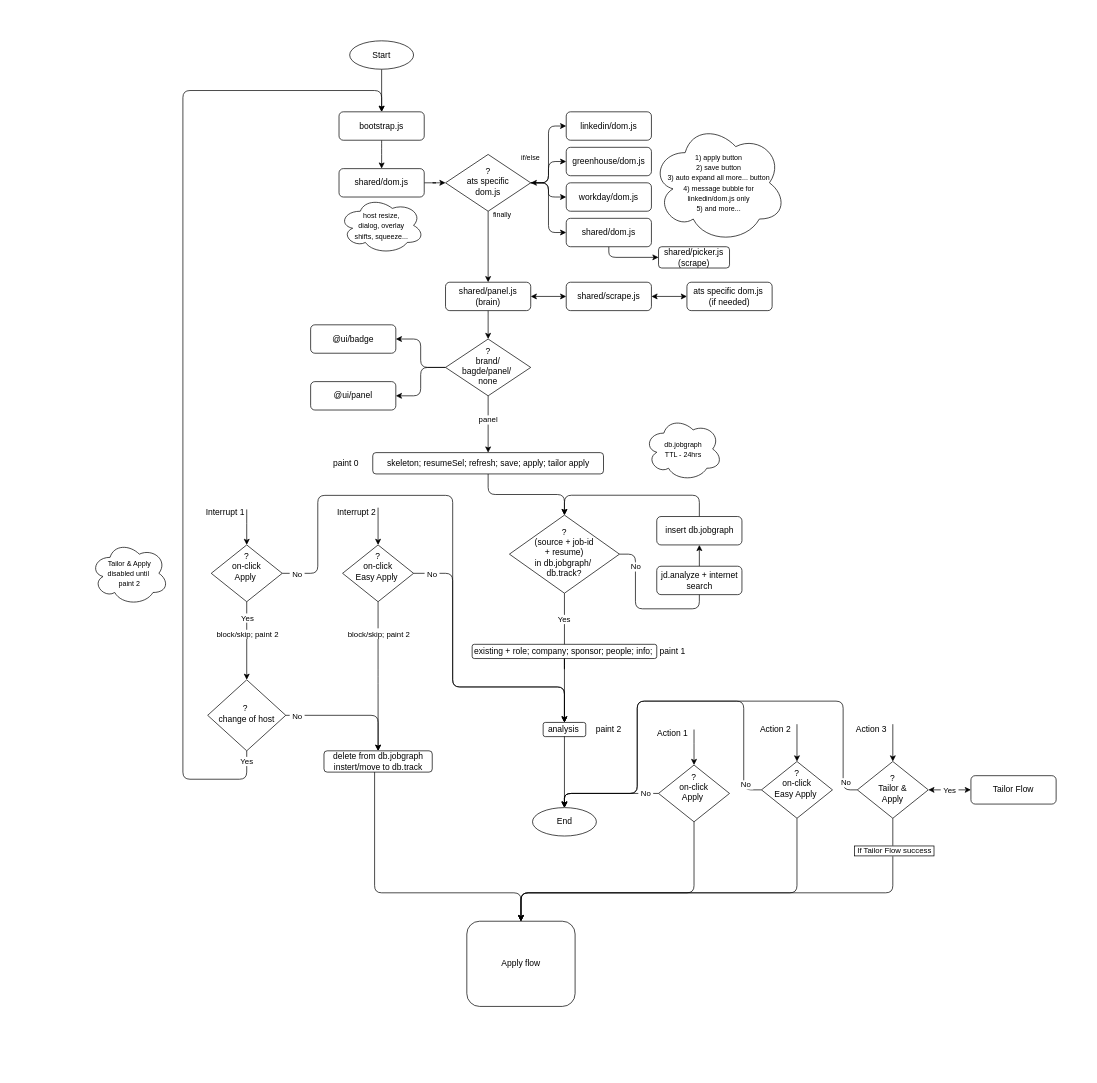
This is docs/Analyze flow.drawio from agrawalabr/jobSimp, a draw.io file, before an edit. Source tidied: cells renumbered, new cells numbered last; positions are measured from the earlier drawing's top-left corner, leaving out a move shared by most shapes. Both pictures are drawn from the tidied source at 71%, with x=0, y=0 at pixel (90, 40).
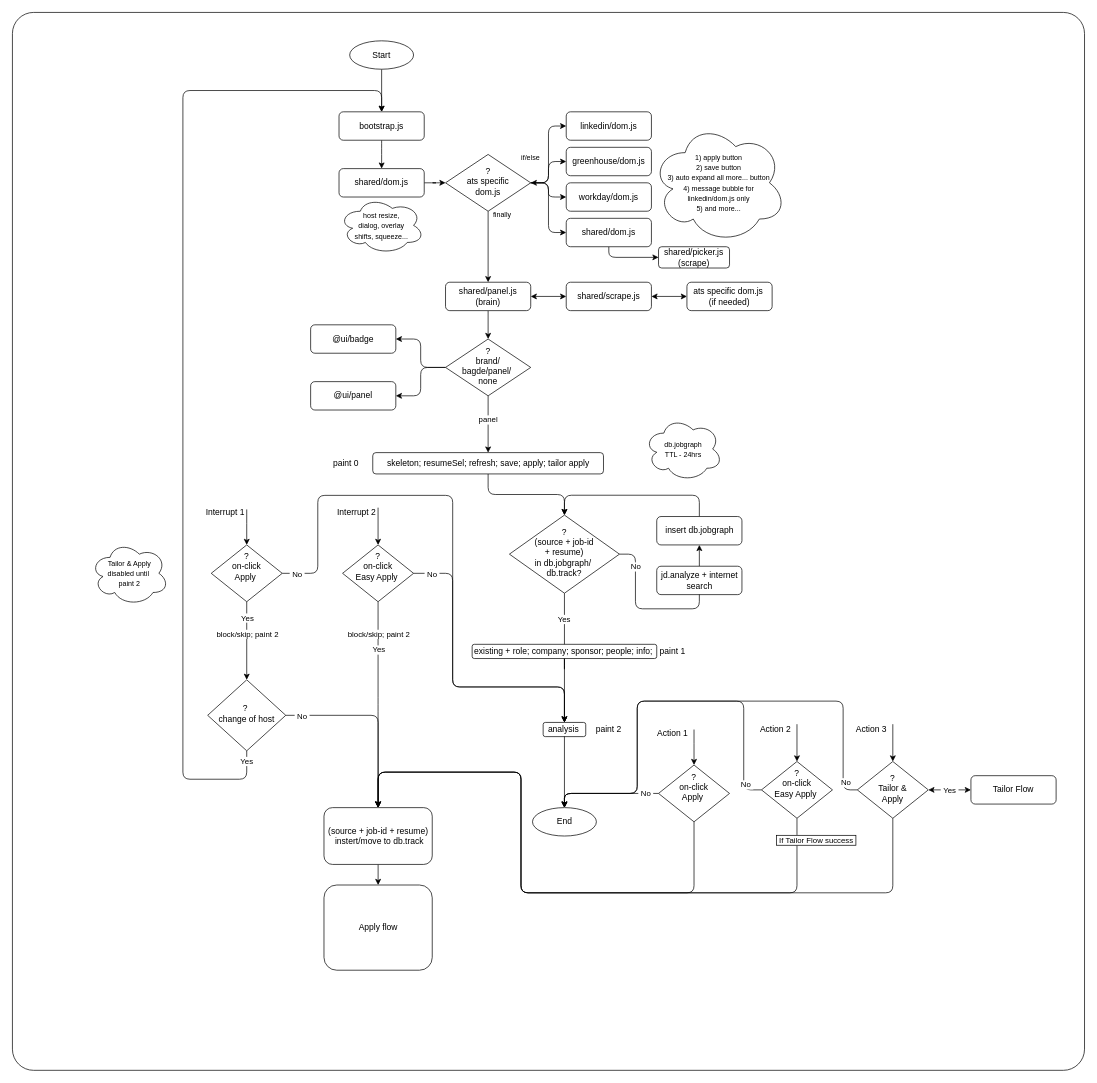
After the change.

Unchanged cells that the change refers to:
```xml
<mxCell id="75" value="?&amp;nbsp;&lt;div&gt;change of host&lt;/div&gt;" style="rhombus;whiteSpace=wrap;html=1;shadow=0;fontFamily=Helvetica;fontSize=12;align=center;strokeWidth=1;spacing=6;spacingTop=-4;" parent="1" vertex="1">
  <mxGeometry x="165" y="900" width="110" height="100" as="geometry" />
</mxCell>
<mxCell id="82" value="?&lt;br&gt;on-click&lt;br&gt;Apply&amp;nbsp;&lt;br&gt;&lt;div&gt;&lt;br&gt;&lt;/div&gt;" style="rhombus;whiteSpace=wrap;html=1;shadow=0;fontFamily=Helvetica;fontSize=12;align=center;strokeWidth=1;spacing=6;spacingTop=-4;" parent="1" vertex="1">
  <mxGeometry x="800" y="1020" width="100" height="80" as="geometry" />
</mxCell>
<mxCell id="87" value="?&lt;br&gt;on-click&lt;br&gt;Easy Apply&amp;nbsp;&lt;br&gt;&lt;div&gt;&lt;br&gt;&lt;/div&gt;" style="rhombus;whiteSpace=wrap;html=1;shadow=0;fontFamily=Helvetica;fontSize=12;align=center;strokeWidth=1;spacing=6;spacingTop=-4;" parent="1" vertex="1">
  <mxGeometry x="945" y="1015" width="100" height="80" as="geometry" />
</mxCell>
<mxCell id="96" value="&lt;div&gt;?&lt;br&gt;Tailor &amp;amp;&lt;br&gt;Apply&lt;/div&gt;" style="rhombus;whiteSpace=wrap;html=1;shadow=0;fontFamily=Helvetica;fontSize=12;align=center;strokeWidth=1;spacing=6;spacingTop=-4;" parent="1" vertex="1">
  <mxGeometry x="1080" y="1015" width="100" height="80" as="geometry" />
</mxCell>
```

Diff of the diagram source:
```diff
@@
+    <mxCell id="104" style="rounded=1;whiteSpace=wrap;html=1;arcSize=2;" parent="1" vertex="1">
+      <mxGeometry x="-110" y="-40" width="1510" height="1490" as="geometry" />
+    </mxCell>
@@
-    <mxCell id="71" style="edgeStyle=orthogonalEdgeStyle;rounded=1;jettySize=auto;html=1;entryX=0.5;entryY=0;entryDx=0;entryDy=0;curved=0;" parent="1" edge="1" source="72" target="77">
-      <mxGeometry relative="1" as="geometry">
-        <Array as="points">
-          <mxPoint x="400.1" y="1200" />
-          <mxPoint x="606.3" y="1200" />
-        </Array>
-      </mxGeometry>
+    <mxCell id="71" style="edgeStyle=orthogonalEdgeStyle;rounded=0;jettySize=auto;html=1;exitX=0.5;exitY=1;exitDx=0;exitDy=0;entryX=0.5;entryY=0;entryDx=0;entryDy=0;" parent="1" edge="1" source="72" target="77">
+      <mxGeometry relative="1" as="geometry" />
     </mxCell>
-    <mxCell id="72" value="delete from db.jobgraph&lt;br&gt;instert/move to db.track" style="rounded=1;whiteSpace=wrap;html=1;fontSize=12;glass=0;strokeWidth=1;shadow=0;" parent="1" vertex="1">
-      <mxGeometry x="328.8" y="1000" width="152.5" height="30" as="geometry" />
+    <mxCell id="72" value="(source + job-id + resume)&lt;br&gt;&amp;nbsp;instert/move to db.track" style="rounded=1;whiteSpace=wrap;html=1;fontSize=12;glass=0;strokeWidth=1;shadow=0;" parent="1" vertex="1">
+      <mxGeometry x="328.8" y="1080" width="152.5" height="80" as="geometry" />
     </mxCell>
     <mxCell id="73" style="edgeStyle=orthogonalEdgeStyle;rounded=1;jettySize=auto;html=1;exitX=1;exitY=0.5;exitDx=0;exitDy=0;entryX=0.5;entryY=0;entryDx=0;entryDy=0;curved=0;" parent="1" edge="1" source="75" target="72">
-      <mxGeometry relative="1" as="geometry" />
+      <mxGeometry relative="1" as="geometry">
+        <Array as="points">
+          <mxPoint x="405" y="950" />
+        </Array>
+      </mxGeometry>
     </mxCell>
@@
     <mxCell id="77" value="Apply flow" style="rounded=1;whiteSpace=wrap;html=1;fontSize=12;glass=0;strokeWidth=1;shadow=0;" parent="1" vertex="1">
-      <mxGeometry x="530" y="1240" width="152.5" height="120" as="geometry" />
+      <mxGeometry x="328.8" y="1189" width="152.5" height="120" as="geometry" />
     </mxCell>
@@
-    <mxCell id="81" style="edgeStyle=orthogonalEdgeStyle;rounded=1;jettySize=auto;html=1;exitX=0.5;exitY=1;exitDx=0;exitDy=0;entryX=0.5;entryY=0;entryDx=0;entryDy=0;curved=0;" parent="1" edge="1" source="82" target="77">
+    <mxCell id="81" style="edgeStyle=orthogonalEdgeStyle;rounded=1;jettySize=auto;html=1;exitX=0.5;exitY=1;exitDx=0;exitDy=0;entryX=0.5;entryY=0;entryDx=0;entryDy=0;curved=0;" parent="1" edge="1" source="82" target="72">
       <mxGeometry relative="1" as="geometry">
         <Array as="points">
           <mxPoint x="850" y="1200" />
-          <mxPoint x="606.2" y="1200" />
+          <mxPoint x="606.3" y="1200" />
+          <mxPoint x="606.3" y="1030" />
+          <mxPoint x="405" y="1030" />
         </Array>
       </mxGeometry>
     </mxCell>
@@
-    <mxCell id="86" style="edgeStyle=orthogonalEdgeStyle;rounded=1;jettySize=auto;html=1;exitX=0.5;exitY=1;exitDx=0;exitDy=0;entryX=0.5;entryY=0;entryDx=0;entryDy=0;curved=0;" parent="1" edge="1" source="87" target="77">
+    <mxCell id="86" style="edgeStyle=orthogonalEdgeStyle;rounded=1;jettySize=auto;html=1;exitX=0.5;exitY=1;exitDx=0;exitDy=0;entryX=0.5;entryY=0;entryDx=0;entryDy=0;curved=0;" parent="1" edge="1" source="87" target="72">
       <mxGeometry relative="1" as="geometry">
         <Array as="points">
           <mxPoint x="995" y="1200" />
-          <mxPoint x="606.2" y="1200" />
+          <mxPoint x="606.3" y="1200" />
+          <mxPoint x="606.3" y="1030" />
+          <mxPoint x="405" y="1030" />
         </Array>
       </mxGeometry>
     </mxCell>
@@
-    <mxCell id="101" style="edgeStyle=orthogonalEdgeStyle;rounded=1;jettySize=auto;html=1;exitX=0.5;exitY=1;exitDx=0;exitDy=0;curved=0;entryX=0.5;entryY=0;entryDx=0;entryDy=0;" parent="1" edge="1" source="96" target="77">
+    <mxCell id="101" style="edgeStyle=orthogonalEdgeStyle;rounded=1;jettySize=auto;html=1;exitX=0.5;exitY=1;exitDx=0;exitDy=0;curved=0;entryX=0.5;entryY=0;entryDx=0;entryDy=0;" parent="1" edge="1" source="96" target="72">
       <mxGeometry relative="1" as="geometry">
         <Array as="points">
           <mxPoint x="1130" y="1200" />
-          <mxPoint x="606.2" y="1200" />
+          <mxPoint x="606.3" y="1200" />
+          <mxPoint x="606.3" y="1030" />
+          <mxPoint x="405" y="1030" />
         </Array>
       </mxGeometry>
     </mxCell>
     <mxCell id="102" value="&amp;nbsp;If Tailor Flow success&amp;nbsp;" style="edgeLabel;html=1;align=center;verticalAlign=middle;labelBorderColor=default;textShadow=0;" parent="101" vertex="1">
       <mxGeometry x="-0.42" y="-1" relative="1" as="geometry">
-        <mxPoint x="90" y="-59" as="offset" />
+        <mxPoint x="90" y="-74" as="offset" />
       </mxGeometry>
     </mxCell>
```
